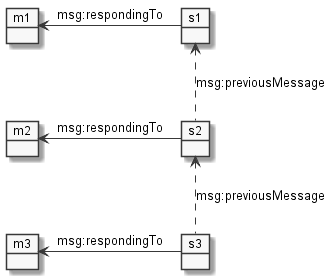
The PlantUML diagram documentation/protocol/img/atom-message-container.png in researchstudio-sat/webofneeds, before a commit.
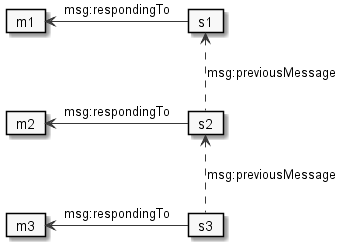
The same diagram one commit later.

The edit, as a diff of the source:
```diff
@@ -6,14 +6,14 @@
 hide attributes
 
 
-object "m1"  as m1
-object "s1"  as s1
+card "m1"  as m1
+card "s1"  as s1
 
-object "m2"  as m2
-object "s2" as s2
+card "m2"  as m2
+card "s2" as s2
 
-object "m3"  as m3
-object "s3" as s3
+card "m3"  as m3
+card "s3" as s3
 
 
 s1  ---left--->   m1: "msg:respondingTo"
```
